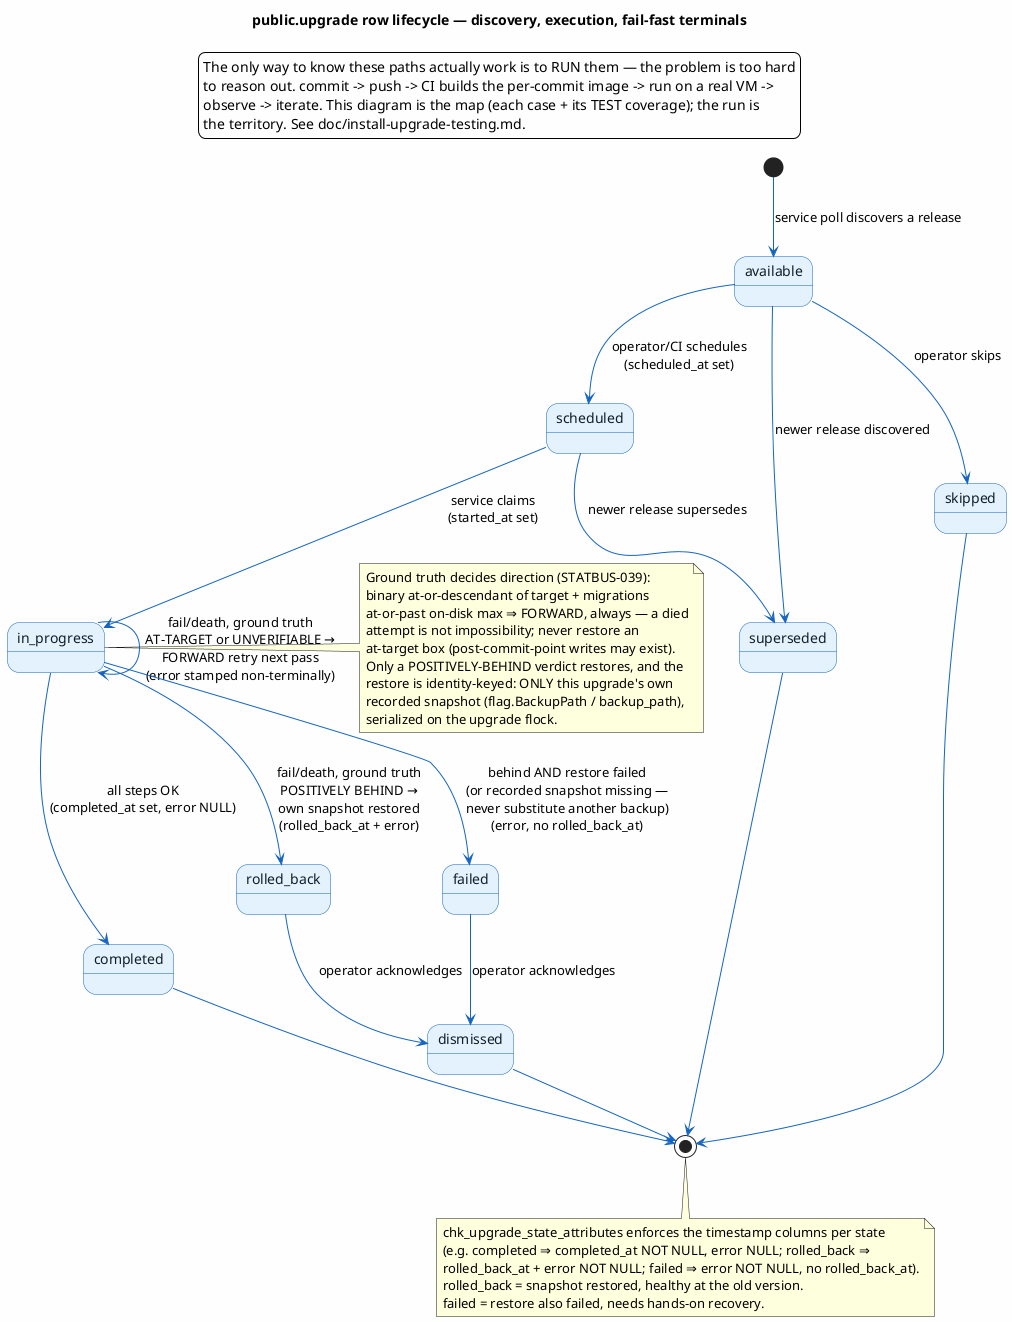
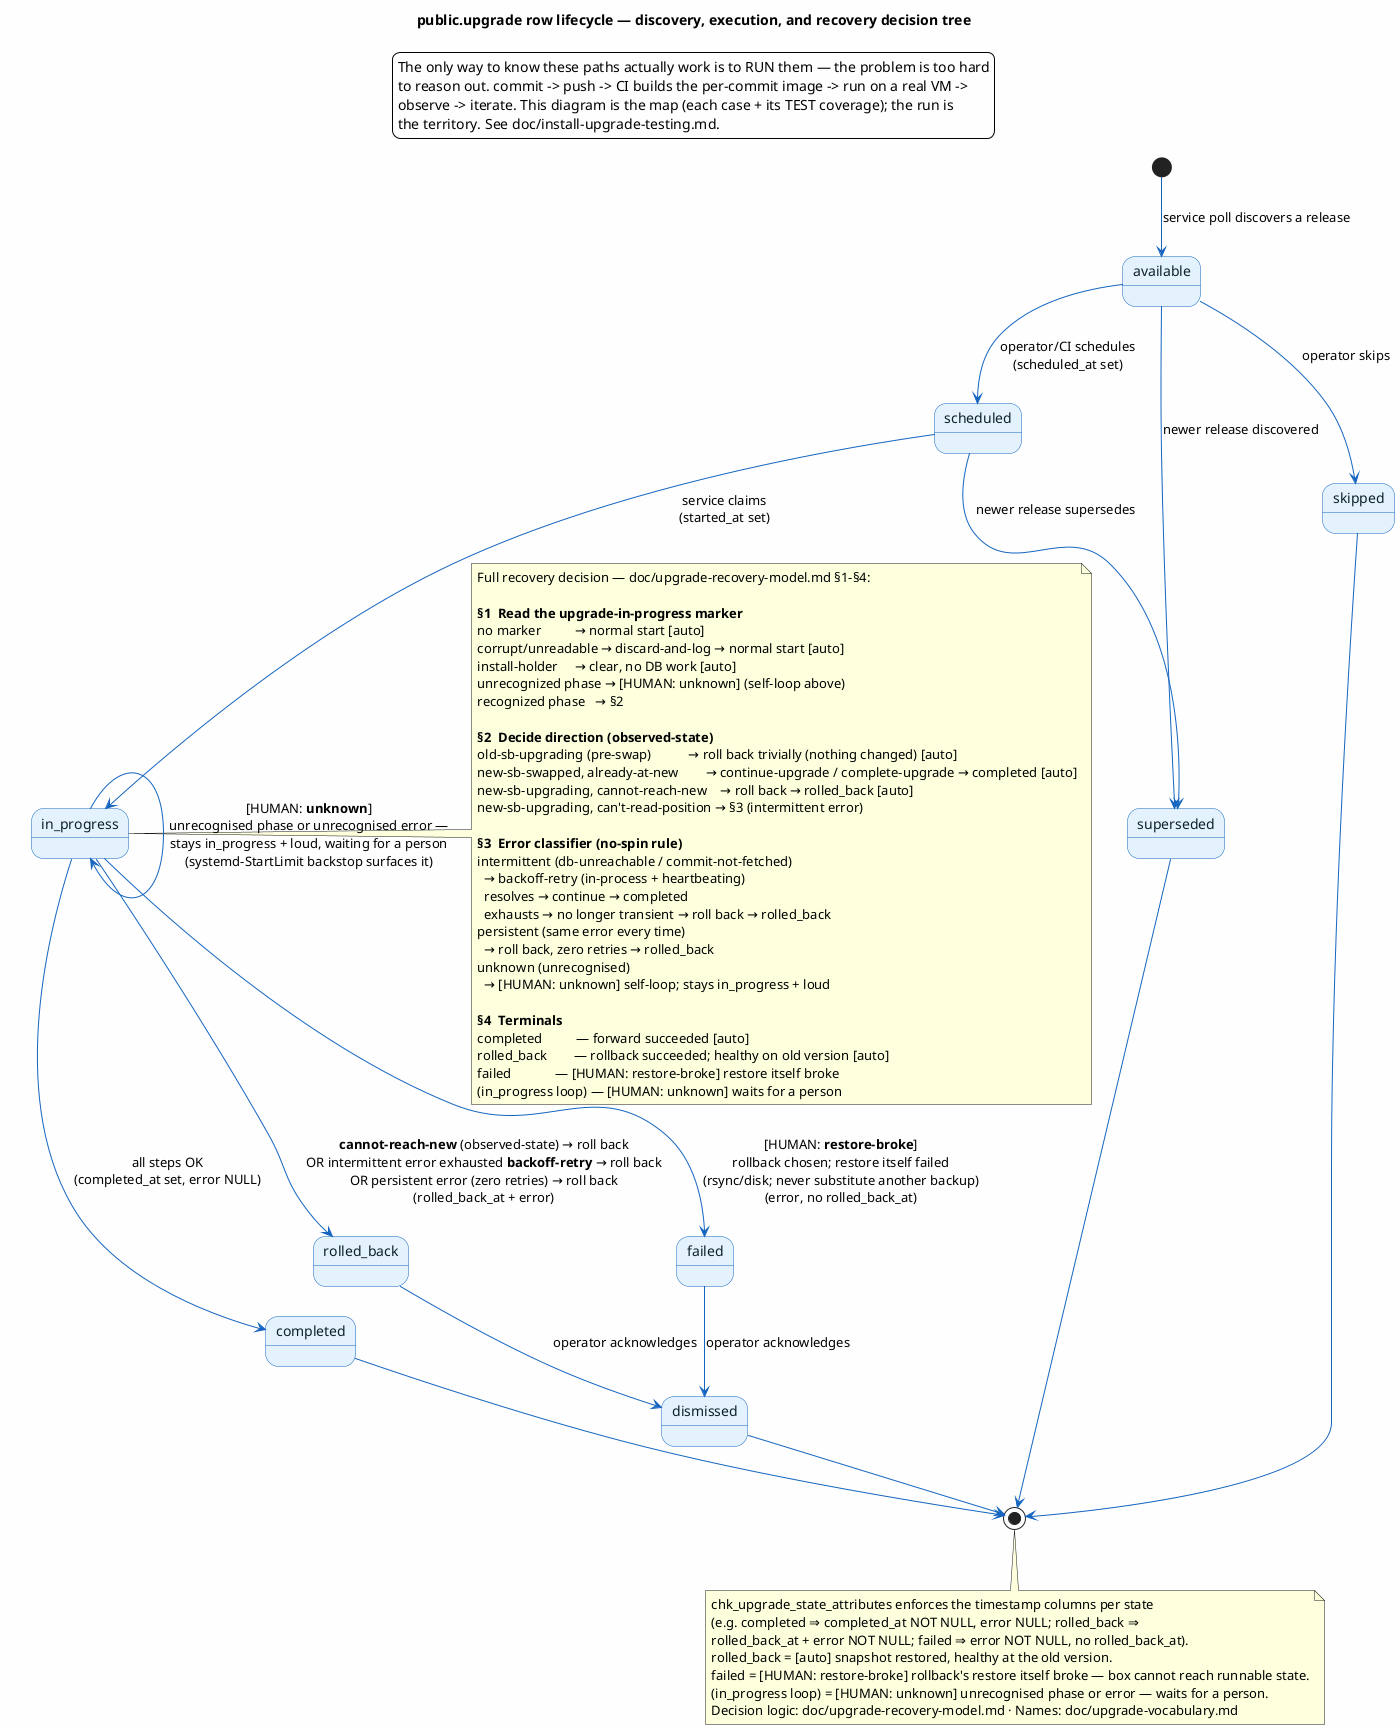
@startuml upgrade-lifecycle
' Authoritative state diagram for doc/upgrade-timeline.md § Upgrade-row lifecycle.
' States are the public.upgrade.state enum (upgrade_state); the timestamp
' invariants per state are enforced by chk_upgrade_state_attributes — see
- ' doc/db/table/public_upgrade.md. Keep the terminal-state naming in sync with
- ' the recovery contract: rolled_back = restored / healthy at old version,
- ' failed = restore also failed / needs hands-on.
+ ' doc/db/table/public_upgrade.md.
+ ' Names: doc/upgrade-vocabulary.md. Decision logic: doc/upgrade-recovery-model.md.
skinparam backgroundColor #FEFEFE
skinparam state {
    BorderColor #1565C0
    BackgroundColor #E3F2FD
    ArrowColor #1565C0
    FontColor #102027
}

- title public.upgrade row lifecycle — discovery, execution, fail-fast terminals
+ title public.upgrade row lifecycle — discovery, execution, and recovery decision tree

legend top
The only way to know these paths actually work is to RUN them — the problem is too hard
to reason out. commit -> push -> CI builds the per-commit image -> run on a real VM ->
observe -> iterate. This diagram is the map (each case + its TEST coverage); the run is
the territory. See doc/install-upgrade-testing.md.
endlegend

[*] --> available : service poll discovers a release

available --> scheduled : operator/CI schedules\n(scheduled_at set)
available --> skipped : operator skips
available --> superseded : newer release discovered

scheduled --> in_progress : service claims\n(started_at set)
scheduled --> superseded : newer release supersedes

in_progress --> completed : all steps OK\n(completed_at set, error NULL)
- in_progress --> in_progress : fail/death, ground truth\nAT-TARGET or UNVERIFIABLE →\nFORWARD retry next pass\n(error stamped non-terminally)
- in_progress --> rolled_back : fail/death, ground truth\nPOSITIVELY BEHIND →\nown snapshot restored\n(rolled_back_at + error)
- in_progress --> failed : behind AND restore failed\n(or recorded snapshot missing —\nnever substitute another backup)\n(error, no rolled_back_at)
+ 
+ ' [HUMAN: unknown] — unrecognised phase or unrecognised error: stays in_progress, loud
+ in_progress --> in_progress : [HUMAN: **unknown**]\nunrecognised phase or unrecognised error —\nstays in_progress + loud, waiting for a person\n(systemd-StartLimit backstop surfaces it)
+ 
+ ' cannot-reach-new → roll back (also: intermittent exhausted backoff-retry, or persistent error)
+ in_progress --> rolled_back : **cannot-reach-new** (observed-state) → roll back\nOR intermittent error exhausted **backoff-retry** → roll back\nOR persistent error (zero retries) → roll back\n(rolled_back_at + error)
+ 
+ ' [HUMAN: restore-broke] — rollback chosen but restore itself failed
+ in_progress --> failed : [HUMAN: **restore-broke**]\nrollback chosen; restore itself failed\n(rsync/disk; never substitute another backup)\n(error, no rolled_back_at)

note right of in_progress
-   Ground truth decides direction (STATBUS-039):
-   binary at-or-descendant of target + migrations
-   at-or-past on-disk max ⇒ FORWARD, always — a died
-   attempt is not impossibility; never restore an
-   at-target box (post-commit-point writes may exist).
-   Only a POSITIVELY-BEHIND verdict restores, and the
-   restore is identity-keyed: ONLY this upgrade's own
-   recorded snapshot (flag.BackupPath / backup_path),
-   serialized on the upgrade flock.
+   Full recovery decision — doc/upgrade-recovery-model.md §1–§4:
+ 
+   **§1  Read the upgrade-in-progress marker**
+   no marker          → normal start [auto]
+   corrupt/unreadable → discard-and-log → normal start [auto]
+   install-holder     → clear, no DB work [auto]
+   unrecognized phase → [HUMAN: unknown] (self-loop above)
+   recognized phase   → §2
+ 
+   **§2  Decide direction (observed-state)**
+   old-sb-upgrading (pre-swap)           → roll back trivially (nothing changed) [auto]
+   new-sb-swapped, already-at-new        → continue-upgrade / complete-upgrade → completed [auto]
+   new-sb-upgrading, cannot-reach-new    → roll back → rolled_back [auto]
+   new-sb-upgrading, can't-read-position → §3 (intermittent error)
+ 
+   **§3  Error classifier (no-spin rule)**
+   intermittent (db-unreachable / commit-not-fetched)
+     → backoff-retry (in-process + heartbeating)
+     resolves → continue → completed
+     exhausts → no longer transient → roll back → rolled_back
+   persistent (same error every time)
+     → roll back, zero retries → rolled_back
+   unknown (unrecognised)
+     → [HUMAN: unknown] self-loop; stays in_progress + loud
+ 
+   **§4  Terminals**
+   completed          — forward succeeded [auto]
+   rolled_back        — rollback succeeded; healthy on old version [auto]
+   failed             — [HUMAN: restore-broke] restore itself broke
+   (in_progress loop) — [HUMAN: unknown] waits for a person
end note

rolled_back --> dismissed : operator acknowledges
failed --> dismissed : operator acknowledges

completed --> [*]
skipped --> [*]
superseded --> [*]
dismissed --> [*]

note bottom
  chk_upgrade_state_attributes enforces the timestamp columns per state
  (e.g. completed ⇒ completed_at NOT NULL, error NULL; rolled_back ⇒
  rolled_back_at + error NOT NULL; failed ⇒ error NOT NULL, no rolled_back_at).
-   rolled_back = snapshot restored, healthy at the old version.
-   failed = restore also failed, needs hands-on recovery.
+   rolled_back = [auto] snapshot restored, healthy at the old version.
+   failed = [HUMAN: restore-broke] rollback's restore itself broke — box cannot reach runnable state.
+   (in_progress loop) = [HUMAN: unknown] unrecognised phase or error — waits for a person.
+   Decision logic: doc/upgrade-recovery-model.md · Names: doc/upgrade-vocabulary.md
end note

@enduml
